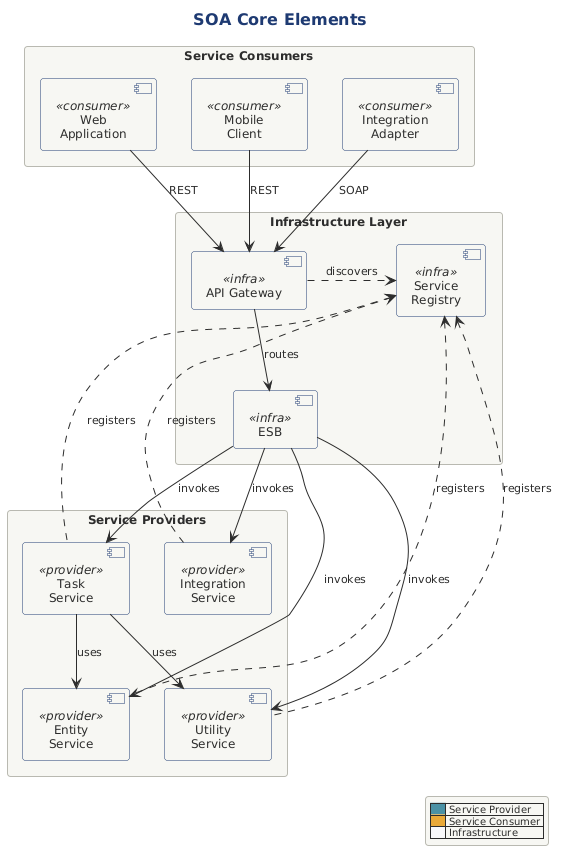
Earlier version of the PlantUML export src/architecture/views-and-beyond/style-catalogs/component-and-connector/service-oriented-architecture-style/png/soa-core-elements.png (Notoriousjayy/latex-docs). Its diagram source:
```plantuml
@startuml soa-core-elements
!include ../../../../../../tooling/styles/plantuml/structural/deployment-diagram-style.iuml

!define PRIMARY #4A90A4
!define SECONDARY #E8A838
!define NEUTRAL #888888
!define LIGHTBG #F8F9FA


title SOA Core Elements

rectangle "Service Consumers" as consumers {
    component "Web\nApplication" as webapp <<consumer>>
    component "Mobile\nClient" as mobile <<consumer>>
    component "Integration\nAdapter" as adapter <<consumer>>
}

rectangle "Infrastructure Layer" as infra {
    component "API Gateway" as gateway <<infra>>
    component "Service\nRegistry" as registry <<infra>>
    component "ESB" as esb <<infra>>
}

rectangle "Service Providers" as providers {
    component "Entity\nService" as entity <<provider>>
    component "Task\nService" as task <<provider>>
    component "Utility\nService" as utility <<provider>>
    component "Integration\nService" as integration <<provider>>
}

webapp -down-> gateway : REST
mobile -down-> gateway : REST
adapter -down-> gateway : SOAP

gateway -down-> esb : routes
gateway .right.> registry : discovers

esb -down-> entity : invokes
esb -down-> task : invokes
esb -down-> utility : invokes
esb -down-> integration : invokes

entity .up.> registry : registers
task .up.> registry : registers
utility .up.> registry : registers
integration .up.> registry : registers

task --> entity : uses
task --> utility : uses

legend right
    |<back:PRIMARY>     </back>| Service Provider |
    |<back:SECONDARY>     </back>| Service Consumer |
    |<back:LIGHTBG>     </back>| Infrastructure |
endlegend

@enduml
```
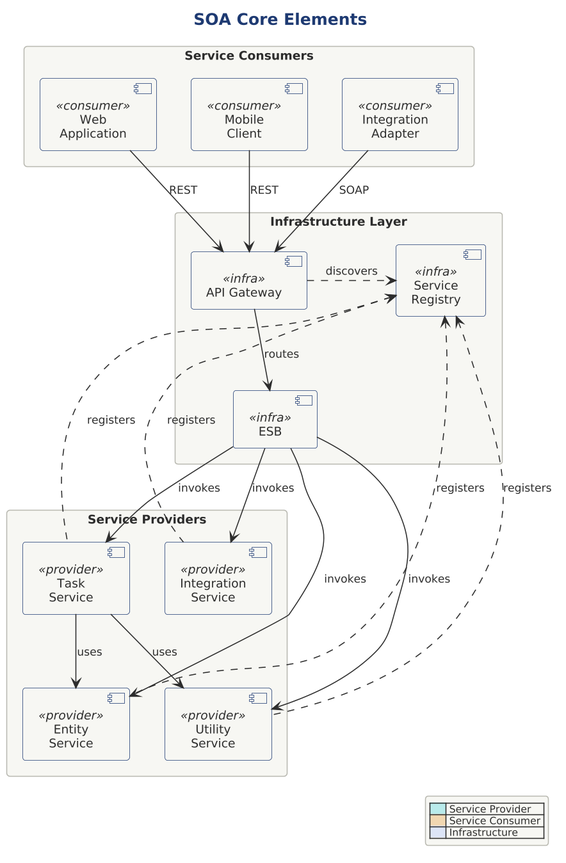
The same diagram one commit later.

Diff of the diagram source:
```diff
@@ -1,11 +1,15 @@
 @startuml soa-core-elements
+
+skinparam dpi 150
+
+
+
 !include ../../../../../../tooling/styles/plantuml/structural/deployment-diagram-style.iuml
 
-!define PRIMARY #4A90A4
-!define SECONDARY #E8A838
-!define NEUTRAL #888888
-!define LIGHTBG #F8F9FA
-
+!define PRIMARY $deep_dynamic
+!define SECONDARY $deep_caution
+!define NEUTRAL $line_neutral
+!define LIGHTBG $fill_primary
 
 title SOA Core Elements
 
```
